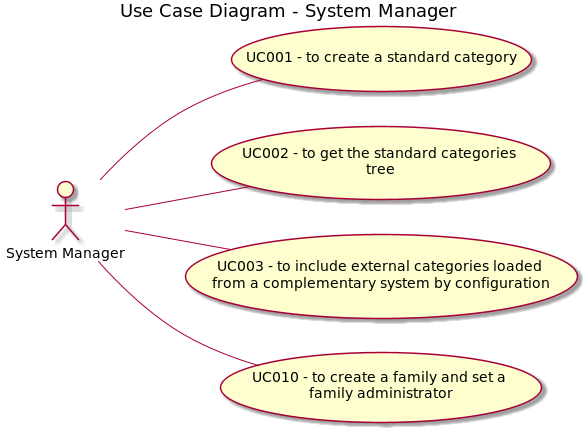
Before: diagrams/UseCaseDiagramSM.png, a diagram exported from PlantUML (dev-rbatista/SWitCH-Project-Wiki).
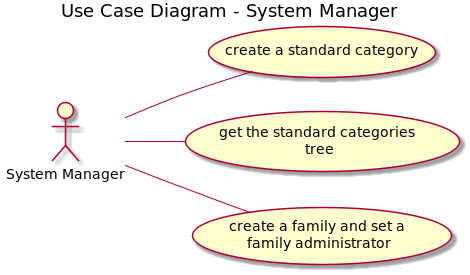
Above is the later version.

Change to the diagram source:
```diff
@@ -6,14 +6,12 @@
 
 actor "System Manager" as sm
 
-usecase "UC001 - to create a standard category" as uc001
-usecase "UC002 - to get the standard categories \ntree" as uc002
-usecase "UC003 - to include external categories loaded \nfrom a complementary system by configuration" as uc003
-usecase "UC010 - to create a family and set a \nfamily administrator" as uc010
+usecase "create a standard category" as uc001
+usecase "get the standard categories \ntree" as uc002
+usecase "create a family and set a \nfamily administrator" as uc010
 
 sm -- uc001
 sm -- uc002
-sm -- uc003
 sm -- uc010
 
 @enduml
```
